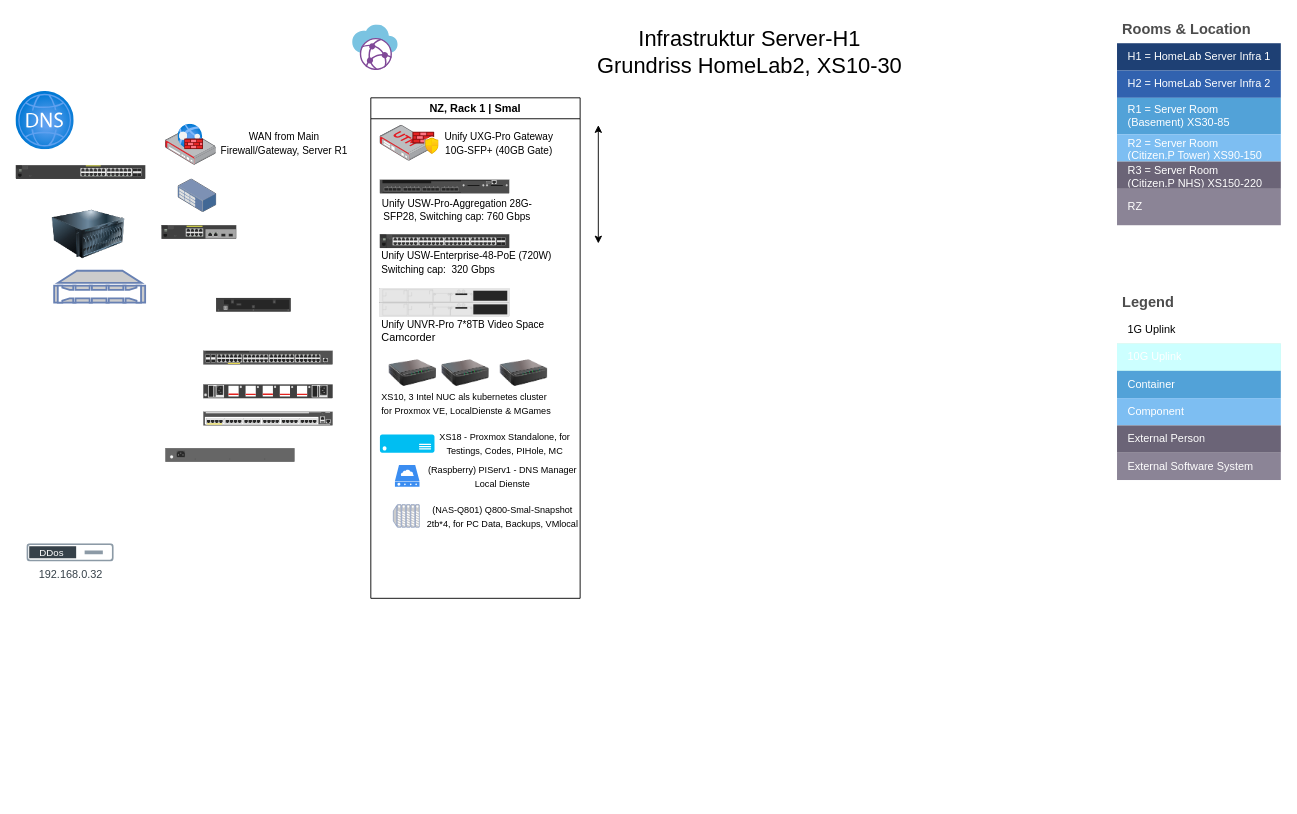
Before: project/serverhomelab_infra.drawio in CitizenP5/app.diagrams, a draw.io diagram. Source tidied: cells renumbered, new cells numbered last; positions are measured from the earlier drawing's top-left corner, leaving out a move shared by most shapes. Both pictures are drawn from the tidied source at 91%, with x=0, y=0 at pixel (15, 15).
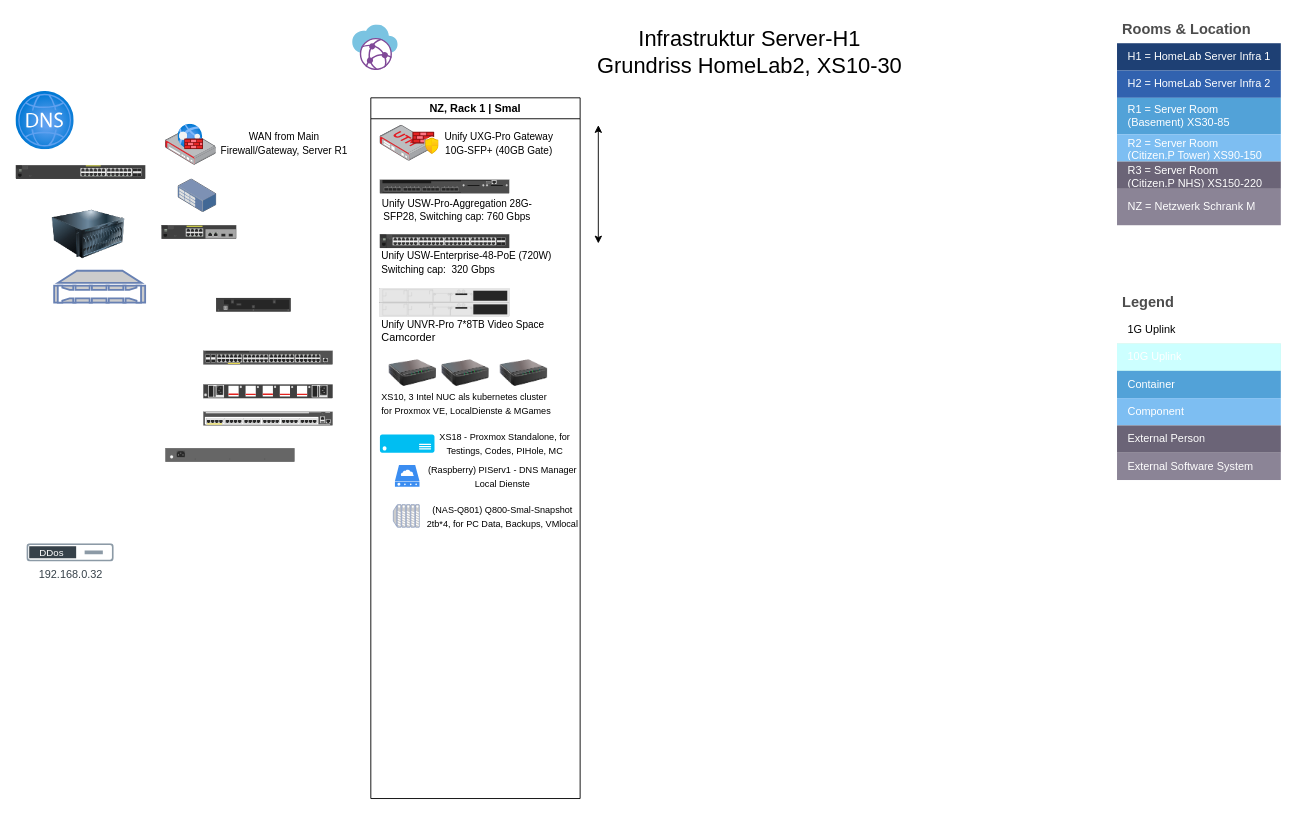
After the change.

Unchanged cells that the change refers to:
```xml
<mxCell id="14" style="shape=tableRow;horizontal=0;startSize=0;swimlaneHead=0;swimlaneBody=0;strokeColor=inherit;top=0;left=0;bottom=0;right=0;fillColor=none;fontSize=12;" parent="3" vertex="1">
  <mxGeometry y="190" width="180" height="40" as="geometry" />
</mxCell>
```

Diff of the diagram source:
```diff
@@
-    <mxCell id="15" value="RZ" style="shape=partialRectangle;html=1;whiteSpace=wrap;strokeColor=inherit;overflow=hidden;fillColor=#8b8496;top=0;left=0;bottom=0;right=0;fontSize=12;align=left;fontColor=#FFFFFF;gradientColor=none;spacingLeft=10;spacingRight=4;" parent="14" vertex="1">
+    <mxCell id="15" value="NZ = Netzwerk Schrank M" style="shape=partialRectangle;html=1;whiteSpace=wrap;strokeColor=inherit;overflow=hidden;fillColor=#8b8496;top=0;left=0;bottom=0;right=0;fontSize=12;align=left;fontColor=#FFFFFF;gradientColor=none;spacingLeft=10;spacingRight=4;" parent="14" vertex="1">
       <mxGeometry width="180" height="40" as="geometry" />
     </mxCell>
     <mxCell id="16" value="NZ, Rack 1 | Smal" style="swimlane;whiteSpace=wrap;html=1;" parent="1" vertex="1">
-      <mxGeometry x="390" y="90" width="230" height="550" as="geometry" />
+      <mxGeometry x="390" y="90" width="230" height="770" as="geometry" />
     </mxCell>
```
